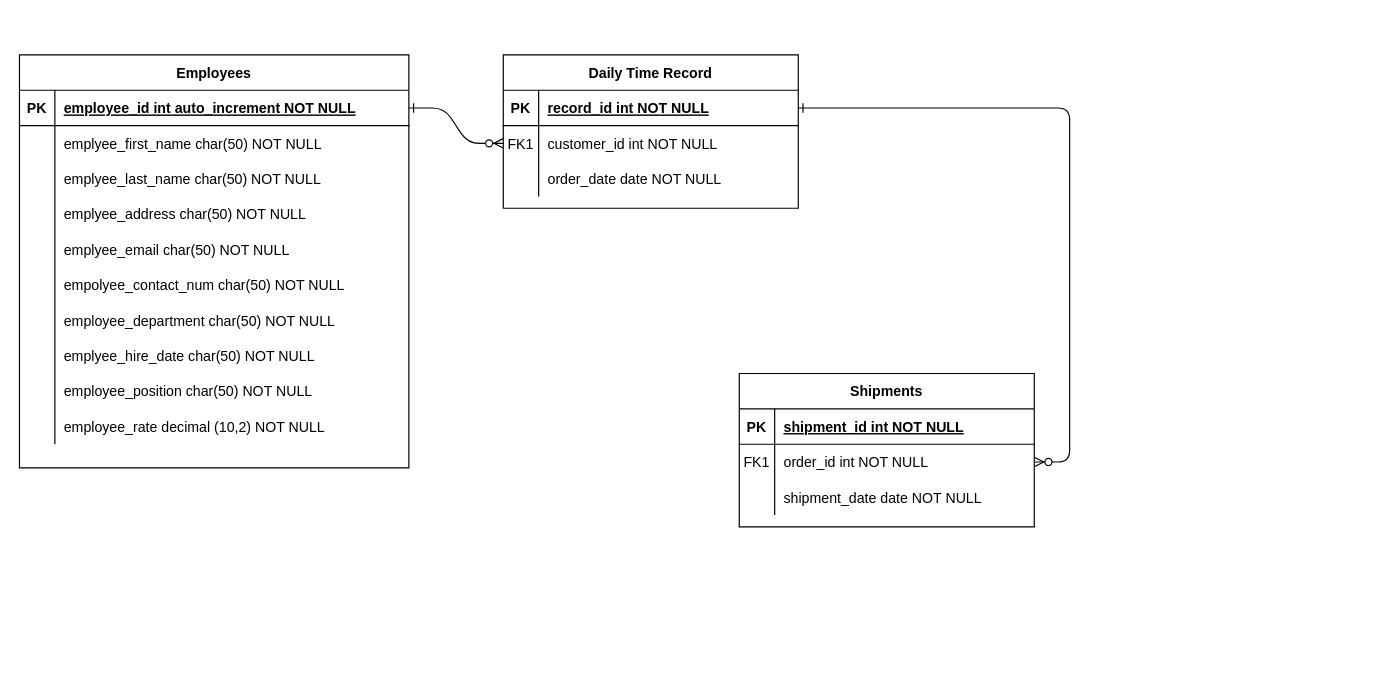
Above: Untitled Diagram.drawio in Sudaishii/Sys_Flowchart (draw.io), before the change. Source tidied: cells renumbered, new cells numbered last; positions are measured from the earlier drawing's top-left corner, leaving out a move shared by most shapes. Both pictures are drawn from the tidied source at 118%, with x=0, y=0 at pixel (19, 54).
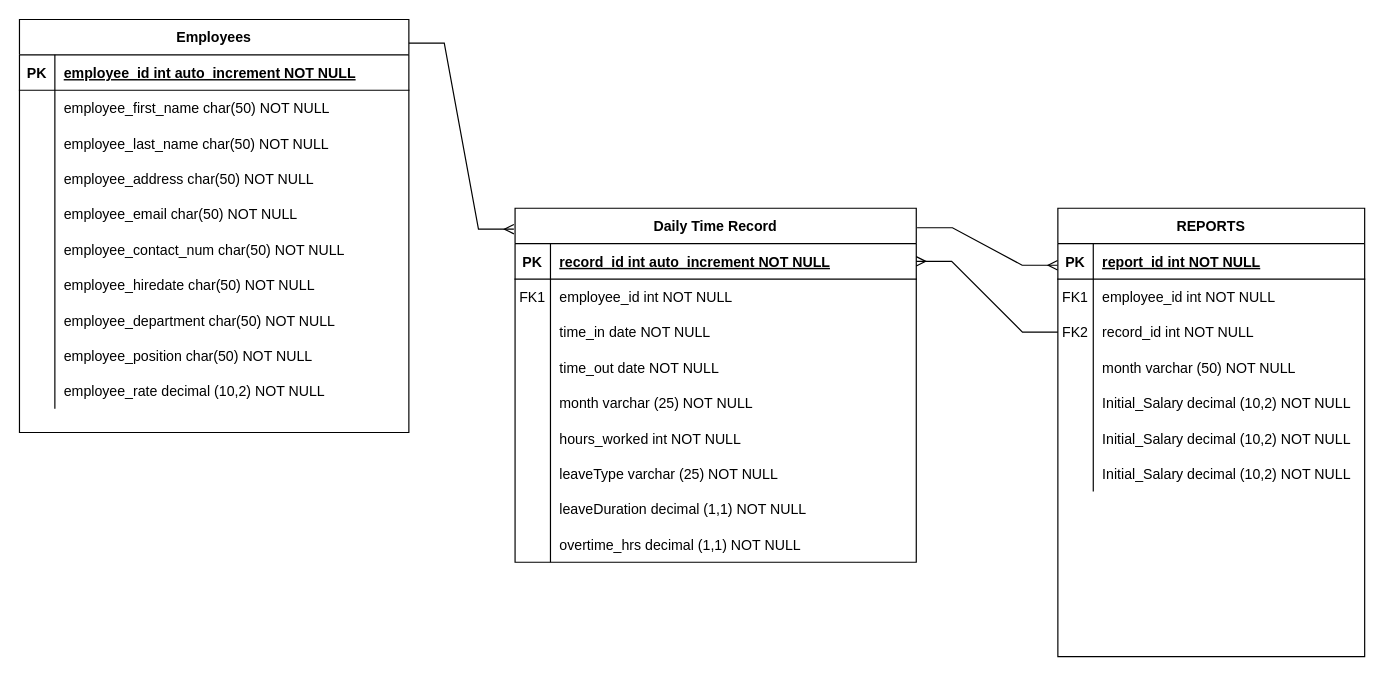
The same page after the edit.

Unchanged cells that the change refers to:
```xml
<mxCell id="25" style="shape=partialRectangle;fillColor=none;points=[[0,0.5],[1,0.5]];portConstraint=eastwest;top=0;left=0;right=0;bottom=1;" parent="24" vertex="1">
  <mxGeometry y="30" width="330" height="30" as="geometry" />
</mxCell>
<mxCell id="28" style="shape=partialRectangle;fillColor=none;top=0;left=0;right=0;bottom=0;" parent="24" vertex="1">
  <mxGeometry y="60" width="330" height="30" as="geometry" />
</mxCell>
<mxCell id="31" style="shape=partialRectangle;fillColor=none;top=0;left=0;right=0;bottom=0;" parent="24" vertex="1">
  <mxGeometry y="90" width="330" height="30" as="geometry" />
</mxCell>
<mxCell id="34" style="shape=partialRectangle;fillColor=none;top=0;left=0;right=0;bottom=0;" parent="24" vertex="1">
  <mxGeometry y="120" width="330" height="30" as="geometry" />
</mxCell>
<mxCell id="37" style="shape=partialRectangle;fillColor=none;top=0;left=0;right=0;bottom=0;" parent="24" vertex="1">
  <mxGeometry y="150" width="330" height="30" as="geometry" />
</mxCell>
<mxCell id="40" style="shape=partialRectangle;fillColor=none;top=0;left=0;right=0;bottom=0;" parent="24" vertex="1">
  <mxGeometry y="180" width="330" height="30" as="geometry" />
</mxCell>
<mxCell id="43" style="shape=partialRectangle;fillColor=none;top=0;left=0;right=0;bottom=0;" parent="24" vertex="1">
  <mxGeometry y="210" width="330" height="30" as="geometry" />
</mxCell>
<mxCell id="46" style="shape=partialRectangle;fillColor=none;top=0;left=0;right=0;bottom=0;" parent="24" vertex="1">
  <mxGeometry y="240" width="330" height="30" as="geometry" />
</mxCell>
```

The edit, as a diff of the source:
```diff
@@
-    <mxCell id="2" style="edgeStyle=entityRelationEdgeStyle;endArrow=ERzeroToMany;startArrow=ERone;endFill=1;startFill=0;" parent="1" edge="1" source="25" target="8">
-      <mxGeometry relative="1" as="geometry" />
-    </mxCell>
-    <mxCell id="3" style="edgeStyle=entityRelationEdgeStyle;endArrow=ERzeroToMany;startArrow=ERone;endFill=1;startFill=0;" parent="1" edge="1" source="5" target="18">
-      <mxGeometry relative="1" as="geometry" />
-    </mxCell>
     <mxCell id="4" value="Daily Time Record" style="shape=table;startSize=30;childLayout=tableLayout;rowLines=0;fontStyle=1;align=center;" parent="1" vertex="1">
-      <mxGeometry x="410" width="250" height="130" as="geometry" />
+      <mxGeometry x="420" y="130" width="340" height="300" as="geometry" />
     </mxCell>
     <mxCell id="5" style="shape=partialRectangle;fillColor=none;points=[[0,0.5],[1,0.5]];portConstraint=eastwest;top=0;left=0;right=0;bottom=1;" parent="4" vertex="1">
-      <mxGeometry y="30" width="250" height="30" as="geometry" />
+      <mxGeometry y="30" width="340" height="30" as="geometry" />
     </mxCell>
@@
-    <mxCell id="7" value="record_id int NOT NULL " style="shape=partialRectangle;overflow=hidden;fillColor=none;top=0;left=0;bottom=0;right=0;align=left;spacingLeft=6;fontStyle=5;" parent="5" vertex="1">
-      <mxGeometry x="30" width="220" height="30" as="geometry" />
+    <mxCell id="7" value="record_id int auto_increment NOT NULL " style="shape=partialRectangle;overflow=hidden;fillColor=none;top=0;left=0;bottom=0;right=0;align=left;spacingLeft=6;fontStyle=5;" parent="5" vertex="1">
+      <mxGeometry x="30" width="310" height="30" as="geometry" />
     </mxCell>
     <mxCell id="8" style="shape=partialRectangle;fillColor=none;points=[[0,0.5],[1,0.5]];portConstraint=eastwest;top=0;left=0;right=0;bottom=0;" parent="4" vertex="1">
-      <mxGeometry y="60" width="250" height="30" as="geometry" />
+      <mxGeometry y="60" width="340" height="30" as="geometry" />
     </mxCell>
@@
-    <mxCell id="10" value="customer_id int NOT NULL" style="shape=partialRectangle;overflow=hidden;fillColor=none;top=0;left=0;bottom=0;right=0;align=left;spacingLeft=6;" parent="8" vertex="1">
-      <mxGeometry x="30" width="220" height="30" as="geometry" />
+    <mxCell id="10" value="employee_id int NOT NULL" style="shape=partialRectangle;overflow=hidden;fillColor=none;top=0;left=0;bottom=0;right=0;align=left;spacingLeft=6;" parent="8" vertex="1">
+      <mxGeometry x="30" width="310" height="30" as="geometry" />
     </mxCell>
     <mxCell id="11" style="shape=partialRectangle;fillColor=none;top=0;left=0;right=0;bottom=0;" parent="4" vertex="1">
-      <mxGeometry y="90" width="250" height="30" as="geometry" />
+      <mxGeometry y="90" width="340" height="30" as="geometry" />
     </mxCell>
@@
-    <mxCell id="13" value="order_date date NOT NULL" style="shape=partialRectangle;overflow=hidden;fillColor=none;top=0;left=0;bottom=0;right=0;align=left;spacingLeft=6;" parent="11" vertex="1">
-      <mxGeometry x="30" width="220" height="30" as="geometry" />
+    <mxCell id="13" value="time_in date NOT NULL" style="shape=partialRectangle;overflow=hidden;fillColor=none;top=0;left=0;bottom=0;right=0;align=left;spacingLeft=6;" parent="11" vertex="1">
+      <mxGeometry x="30" width="310" height="30" as="geometry" />
     </mxCell>
+    <mxCell id="55" style="shape=partialRectangle;fillColor=none;top=0;left=0;right=0;bottom=0;" parent="4" vertex="1">
+      <mxGeometry y="120" width="340" height="30" as="geometry" />
+    </mxCell>
+    <mxCell id="56" style="shape=partialRectangle;overflow=hidden;fillColor=none;top=0;left=0;bottom=0;right=0;" parent="55" vertex="1">
+      <mxGeometry width="30" height="30" as="geometry" />
+    </mxCell>
+    <mxCell id="57" value="time_out date NOT NULL" style="shape=partialRectangle;overflow=hidden;fillColor=none;top=0;left=0;bottom=0;right=0;align=left;spacingLeft=6;" parent="55" vertex="1">
+      <mxGeometry x="30" width="310" height="30" as="geometry" />
+    </mxCell>
+    <mxCell id="58" style="shape=partialRectangle;fillColor=none;top=0;left=0;right=0;bottom=0;" parent="4" vertex="1">
+      <mxGeometry y="150" width="340" height="30" as="geometry" />
+    </mxCell>
+    <mxCell id="59" style="shape=partialRectangle;overflow=hidden;fillColor=none;top=0;left=0;bottom=0;right=0;" parent="58" vertex="1">
+      <mxGeometry width="30" height="30" as="geometry" />
+    </mxCell>
+    <mxCell id="60" value="month varchar (25) NOT NULL" style="shape=partialRectangle;overflow=hidden;fillColor=none;top=0;left=0;bottom=0;right=0;align=left;spacingLeft=6;" parent="58" vertex="1">
+      <mxGeometry x="30" width="310" height="30" as="geometry" />
+    </mxCell>
+    <mxCell id="61" style="shape=partialRectangle;fillColor=none;top=0;left=0;right=0;bottom=0;" parent="4" vertex="1">
+      <mxGeometry y="180" width="340" height="30" as="geometry" />
+    </mxCell>
+    <mxCell id="62" style="shape=partialRectangle;overflow=hidden;fillColor=none;top=0;left=0;bottom=0;right=0;" parent="61" vertex="1">
+      <mxGeometry width="30" height="30" as="geometry" />
+    </mxCell>
+    <mxCell id="63" value="hours_worked int NOT NULL" style="shape=partialRectangle;overflow=hidden;fillColor=none;top=0;left=0;bottom=0;right=0;align=left;spacingLeft=6;" parent="61" vertex="1">
+      <mxGeometry x="30" width="310" height="30" as="geometry" />
+    </mxCell>
+    <mxCell id="64" style="shape=partialRectangle;fillColor=none;top=0;left=0;right=0;bottom=0;" parent="4" vertex="1">
+      <mxGeometry y="210" width="340" height="30" as="geometry" />
+    </mxCell>
+    <mxCell id="65" style="shape=partialRectangle;overflow=hidden;fillColor=none;top=0;left=0;bottom=0;right=0;" parent="64" vertex="1">
+      <mxGeometry width="30" height="30" as="geometry" />
+    </mxCell>
+    <mxCell id="66" value="leaveType varchar (25) NOT NULL" style="shape=partialRectangle;overflow=hidden;fillColor=none;top=0;left=0;bottom=0;right=0;align=left;spacingLeft=6;" parent="64" vertex="1">
+      <mxGeometry x="30" width="310" height="30" as="geometry" />
+    </mxCell>
+    <mxCell id="67" style="shape=partialRectangle;fillColor=none;top=0;left=0;right=0;bottom=0;" parent="4" vertex="1">
+      <mxGeometry y="240" width="340" height="30" as="geometry" />
+    </mxCell>
+    <mxCell id="68" style="shape=partialRectangle;overflow=hidden;fillColor=none;top=0;left=0;bottom=0;right=0;" parent="67" vertex="1">
+      <mxGeometry width="30" height="30" as="geometry" />
+    </mxCell>
+    <mxCell id="69" value="leaveDuration decimal (1,1) NOT NULL" style="shape=partialRectangle;overflow=hidden;fillColor=none;top=0;left=0;bottom=0;right=0;align=left;spacingLeft=6;" parent="67" vertex="1">
+      <mxGeometry x="30" width="310" height="30" as="geometry" />
+    </mxCell>
+    <mxCell id="70" style="shape=partialRectangle;fillColor=none;top=0;left=0;right=0;bottom=0;" parent="4" vertex="1">
+      <mxGeometry y="270" width="340" height="30" as="geometry" />
+    </mxCell>
+    <mxCell id="71" style="shape=partialRectangle;overflow=hidden;fillColor=none;top=0;left=0;bottom=0;right=0;" parent="70" vertex="1">
+      <mxGeometry width="30" height="30" as="geometry" />
+    </mxCell>
+    <mxCell id="72" value="overtime_hrs decimal (1,1) NOT NULL" style="shape=partialRectangle;overflow=hidden;fillColor=none;top=0;left=0;bottom=0;right=0;align=left;spacingLeft=6;" parent="70" vertex="1">
+      <mxGeometry x="30" width="310" height="30" as="geometry" />
+    </mxCell>
-    <mxCell id="14" value="Shipments" style="shape=table;startSize=30;childLayout=tableLayout;rowLines=0;fontStyle=1;align=center;" parent="1" vertex="1">
-      <mxGeometry x="610" y="270" width="250" height="130" as="geometry" />
+    <mxCell id="14" value="REPORTS" style="shape=table;startSize=30;childLayout=tableLayout;rowLines=0;fontStyle=1;align=center;" parent="1" vertex="1">
+      <mxGeometry x="880" y="130" width="260" height="380" as="geometry" />
     </mxCell>
     <mxCell id="15" style="shape=partialRectangle;fillColor=none;top=0;left=0;right=0;bottom=1;" parent="14" vertex="1">
-      <mxGeometry y="30" width="250" height="30" as="geometry" />
+      <mxGeometry y="30" width="260" height="30" as="geometry" />
     </mxCell>
@@
-    <mxCell id="17" value="shipment_id int NOT NULL " style="shape=partialRectangle;overflow=hidden;fillColor=none;top=0;left=0;bottom=0;right=0;align=left;spacingLeft=6;fontStyle=5;" parent="15" vertex="1">
-      <mxGeometry x="30" width="220" height="30" as="geometry" />
+    <mxCell id="17" value="report_id int NOT NULL " style="shape=partialRectangle;overflow=hidden;fillColor=none;top=0;left=0;bottom=0;right=0;align=left;spacingLeft=6;fontStyle=5;" parent="15" vertex="1">
+      <mxGeometry x="30" width="230" height="30" as="geometry" />
     </mxCell>
     <mxCell id="18" style="shape=partialRectangle;fillColor=none;points=[[0,0.5],[1,0.5]];portConstraint=eastwest;top=0;left=0;right=0;bottom=0;" parent="14" vertex="1">
-      <mxGeometry y="60" width="250" height="30" as="geometry" />
+      <mxGeometry y="60" width="260" height="30" as="geometry" />
     </mxCell>
@@
-    <mxCell id="20" value="order_id int NOT NULL" style="shape=partialRectangle;overflow=hidden;fillColor=none;top=0;left=0;bottom=0;right=0;align=left;spacingLeft=6;" parent="18" vertex="1">
-      <mxGeometry x="30" width="220" height="30" as="geometry" />
+    <mxCell id="20" value="employee_id int NOT NULL" style="shape=partialRectangle;overflow=hidden;fillColor=none;top=0;left=0;bottom=0;right=0;align=left;spacingLeft=6;" parent="18" vertex="1">
+      <mxGeometry x="30" width="230" height="30" as="geometry" />
     </mxCell>
-    <mxCell id="21" style="shape=partialRectangle;fillColor=none;top=0;left=0;right=0;bottom=0;" parent="14" vertex="1">
-      <mxGeometry y="90" width="250" height="30" as="geometry" />
-    </mxCell>
-    <mxCell id="22" style="shape=partialRectangle;overflow=hidden;fillColor=none;top=0;left=0;bottom=0;right=0;" parent="21" vertex="1">
-      <mxGeometry width="30" height="30" as="geometry" />
-    </mxCell>
-    <mxCell id="23" value="shipment_date date NOT NULL" style="shape=partialRectangle;overflow=hidden;fillColor=none;top=0;left=0;bottom=0;right=0;align=left;spacingLeft=6;" parent="21" vertex="1">
-      <mxGeometry x="30" width="220" height="30" as="geometry" />
-    </mxCell>
+    <mxCell id="73" style="shape=partialRectangle;fillColor=none;points=[[0,0.5],[1,0.5]];portConstraint=eastwest;top=0;left=0;right=0;bottom=0;" parent="14" vertex="1">
+      <mxGeometry y="90" width="260" height="30" as="geometry" />
+    </mxCell>
+    <mxCell id="74" value="FK2" style="shape=partialRectangle;overflow=hidden;fillColor=none;top=0;left=0;bottom=0;right=0;" parent="73" vertex="1">
+      <mxGeometry width="30" height="30" as="geometry" />
+    </mxCell>
+    <mxCell id="75" value="record_id int NOT NULL" style="shape=partialRectangle;overflow=hidden;fillColor=none;top=0;left=0;bottom=0;right=0;align=left;spacingLeft=6;" parent="73" vertex="1">
+      <mxGeometry x="30" width="230" height="30" as="geometry" />
+    </mxCell>
+    <mxCell id="76" style="shape=partialRectangle;fillColor=none;top=0;left=0;right=0;bottom=0;" parent="14" vertex="1">
+      <mxGeometry y="120" width="260" height="30" as="geometry" />
+    </mxCell>
+    <mxCell id="77" style="shape=partialRectangle;overflow=hidden;fillColor=none;top=0;left=0;bottom=0;right=0;" parent="76" vertex="1">
+      <mxGeometry width="30" height="30" as="geometry" />
+    </mxCell>
+    <mxCell id="78" value="month varchar (50) NOT NULL" style="shape=partialRectangle;overflow=hidden;fillColor=none;top=0;left=0;bottom=0;right=0;align=left;spacingLeft=6;" parent="76" vertex="1">
+      <mxGeometry x="30" width="230" height="30" as="geometry" />
+    </mxCell>
+    <mxCell id="79" style="shape=partialRectangle;fillColor=none;top=0;left=0;right=0;bottom=0;" parent="14" vertex="1">
+      <mxGeometry y="150" width="260" height="30" as="geometry" />
+    </mxCell>
+    <mxCell id="80" style="shape=partialRectangle;overflow=hidden;fillColor=none;top=0;left=0;bottom=0;right=0;" parent="79" vertex="1">
+      <mxGeometry width="30" height="30" as="geometry" />
+    </mxCell>
+    <mxCell id="81" value="Initial_Salary decimal (10,2) NOT NULL" style="shape=partialRectangle;overflow=hidden;fillColor=none;top=0;left=0;bottom=0;right=0;align=left;spacingLeft=6;" parent="79" vertex="1">
+      <mxGeometry x="30" width="230" height="30" as="geometry" />
+    </mxCell>
+    <mxCell id="82" style="shape=partialRectangle;fillColor=none;top=0;left=0;right=0;bottom=0;" parent="14" vertex="1">
+      <mxGeometry y="180" width="260" height="30" as="geometry" />
+    </mxCell>
+    <mxCell id="83" style="shape=partialRectangle;overflow=hidden;fillColor=none;top=0;left=0;bottom=0;right=0;" parent="82" vertex="1">
+      <mxGeometry width="30" height="30" as="geometry" />
+    </mxCell>
+    <mxCell id="84" value="Initial_Salary decimal (10,2) NOT NULL" style="shape=partialRectangle;overflow=hidden;fillColor=none;top=0;left=0;bottom=0;right=0;align=left;spacingLeft=6;" parent="82" vertex="1">
+      <mxGeometry x="30" width="230" height="30" as="geometry" />
+    </mxCell>
+    <mxCell id="85" style="shape=partialRectangle;fillColor=none;top=0;left=0;right=0;bottom=0;" parent="14" vertex="1">
+      <mxGeometry y="210" width="260" height="30" as="geometry" />
+    </mxCell>
+    <mxCell id="86" style="shape=partialRectangle;overflow=hidden;fillColor=none;top=0;left=0;bottom=0;right=0;" parent="85" vertex="1">
+      <mxGeometry width="30" height="30" as="geometry" />
+    </mxCell>
+    <mxCell id="87" value="Initial_Salary decimal (10,2) NOT NULL" style="shape=partialRectangle;overflow=hidden;fillColor=none;top=0;left=0;bottom=0;right=0;align=left;spacingLeft=6;" parent="85" vertex="1">
+      <mxGeometry x="30" width="230" height="30" as="geometry" />
+    </mxCell>
     <mxCell id="24" value="Employees" style="shape=table;startSize=30;childLayout=tableLayout;rowLines=0;fontStyle=1;align=center;" parent="1" vertex="1">
-      <mxGeometry width="330" height="350" as="geometry" />
+      <mxGeometry y="-30" width="330" height="350" as="geometry" />
     </mxCell>
@@
-    <mxCell id="30" value="emplyee_first_name char(50) NOT NULL" style="shape=partialRectangle;overflow=hidden;fillColor=none;top=0;left=0;bottom=0;right=0;align=left;spacingLeft=6;" parent="28" vertex="1">
+    <mxCell id="30" value="employee_first_name char(50) NOT NULL" style="shape=partialRectangle;overflow=hidden;fillColor=none;top=0;left=0;bottom=0;right=0;align=left;spacingLeft=6;" parent="28" vertex="1">
       <mxGeometry x="30" width="300" height="30" as="geometry" />
     </mxCell>
@@
-    <mxCell id="33" value="emplyee_last_name char(50) NOT NULL" style="shape=partialRectangle;overflow=hidden;fillColor=none;top=0;left=0;bottom=0;right=0;align=left;spacingLeft=6;" parent="31" vertex="1">
+    <mxCell id="33" value="employee_last_name char(50) NOT NULL" style="shape=partialRectangle;overflow=hidden;fillColor=none;top=0;left=0;bottom=0;right=0;align=left;spacingLeft=6;" parent="31" vertex="1">
       <mxGeometry x="30" width="300" height="30" as="geometry" />
     </mxCell>
@@
-    <mxCell id="36" value="emplyee_address char(50) NOT NULL" style="shape=partialRectangle;overflow=hidden;fillColor=none;top=0;left=0;bottom=0;right=0;align=left;spacingLeft=6;" parent="34" vertex="1">
+    <mxCell id="36" value="employee_address char(50) NOT NULL" style="shape=partialRectangle;overflow=hidden;fillColor=none;top=0;left=0;bottom=0;right=0;align=left;spacingLeft=6;" parent="34" vertex="1">
       <mxGeometry x="30" width="300" height="30" as="geometry" />
     </mxCell>
@@
-    <mxCell id="39" value="emplyee_email char(50) NOT NULL" style="shape=partialRectangle;overflow=hidden;fillColor=none;top=0;left=0;bottom=0;right=0;align=left;spacingLeft=6;" parent="37" vertex="1">
+    <mxCell id="39" value="employee_email char(50) NOT NULL" style="shape=partialRectangle;overflow=hidden;fillColor=none;top=0;left=0;bottom=0;right=0;align=left;spacingLeft=6;" parent="37" vertex="1">
       <mxGeometry x="30" width="300" height="30" as="geometry" />
     </mxCell>
@@
-    <mxCell id="42" value="empolyee_contact_num char(50) NOT NULL" style="shape=partialRectangle;overflow=hidden;fillColor=none;top=0;left=0;bottom=0;right=0;align=left;spacingLeft=6;" parent="40" vertex="1">
+    <mxCell id="42" value="employee_contact_num char(50) NOT NULL" style="shape=partialRectangle;overflow=hidden;fillColor=none;top=0;left=0;bottom=0;right=0;align=left;spacingLeft=6;" parent="40" vertex="1">
       <mxGeometry x="30" width="300" height="30" as="geometry" />
     </mxCell>
@@
-    <mxCell id="45" value="employee_department char(50) NOT NULL" style="shape=partialRectangle;overflow=hidden;fillColor=none;top=0;left=0;bottom=0;right=0;align=left;spacingLeft=6;" parent="43" vertex="1">
+    <mxCell id="45" value="employee_hiredate char(50) NOT NULL" style="shape=partialRectangle;overflow=hidden;fillColor=none;top=0;left=0;bottom=0;right=0;align=left;spacingLeft=6;" parent="43" vertex="1">
       <mxGeometry x="30" width="300" height="30" as="geometry" />
     </mxCell>
@@
-    <mxCell id="48" value="emplyee_hire_date char(50) NOT NULL" style="shape=partialRectangle;overflow=hidden;fillColor=none;top=0;left=0;bottom=0;right=0;align=left;spacingLeft=6;" parent="46" vertex="1">
+    <mxCell id="48" value="employee_department char(50) NOT NULL" style="shape=partialRectangle;overflow=hidden;fillColor=none;top=0;left=0;bottom=0;right=0;align=left;spacingLeft=6;" parent="46" vertex="1">
       <mxGeometry x="30" width="300" height="30" as="geometry" />
     </mxCell>
@@
+    <mxCell id="88" style="edgeStyle=entityRelationEdgeStyle;fontSize=12;html=1;endArrow=ERmany;rounded=0;entryX=-0.003;entryY=0.059;entryDx=0;entryDy=0;entryPerimeter=0;" parent="1" edge="1" target="4">
+      <mxGeometry relative="1" as="geometry">
+        <mxPoint x="330" y="-10" as="sourcePoint" />
+        <Array as="points">
+          <mxPoint x="350" y="25" />
+          <mxPoint x="370" y="25" />
+        </Array>
+      </mxGeometry>
+    </mxCell>
+    <mxCell id="89" style="edgeStyle=entityRelationEdgeStyle;fontSize=12;html=1;endArrow=ERmany;rounded=0;exitX=1.002;exitY=0.055;exitDx=0;exitDy=0;entryX=-0.001;entryY=0.127;entryDx=0;entryDy=0;entryPerimeter=0;exitPerimeter=0;" parent="1" edge="1" source="4" target="14">
+      <mxGeometry relative="1" as="geometry">
+        <Array as="points">
+          <mxPoint x="810" y="86.3" />
+          <mxPoint x="800" y="106.3" />
+          <mxPoint x="770" y="141.3" />
+          <mxPoint x="790" y="141.3" />
+        </Array>
+      </mxGeometry>
+    </mxCell>
+    <mxCell id="90" style="edgeStyle=entityRelationEdgeStyle;fontSize=12;html=1;endArrow=ERmany;rounded=0;entryX=1;entryY=0.5;entryDx=0;entryDy=0;exitX=0;exitY=0.5;exitDx=0;exitDy=0;" parent="1" edge="1" source="73" target="5">
+      <mxGeometry relative="1" as="geometry">
+        <Array as="points">
+          <mxPoint x="919" y="289.4" />
+          <mxPoint x="909" y="309.4" />
+          <mxPoint x="879" y="344.4" />
+          <mxPoint x="899" y="344.4" />
+        </Array>
+      </mxGeometry>
+    </mxCell>
```
